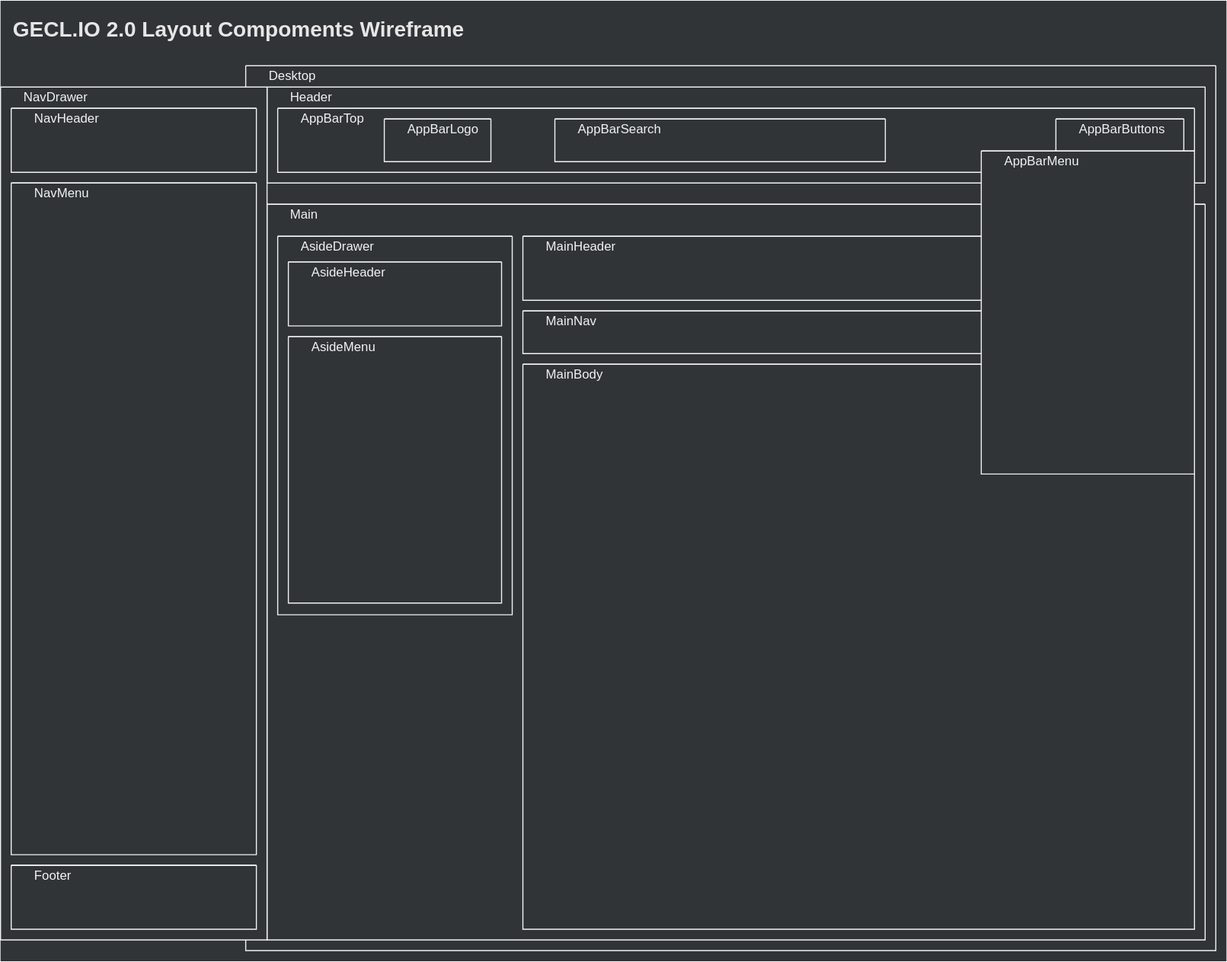
The draw.io diagram assets/.draw.io/documents/geclio2-wireframe-layout.svg in jiholee-ntwglobal/jiholee-ntwglobal.github.io, before a commit. Source tidied: cells renumbered, new cells last; positions are measured from the earlier drawing's top-left corner, leaving out a move shared by most shapes.
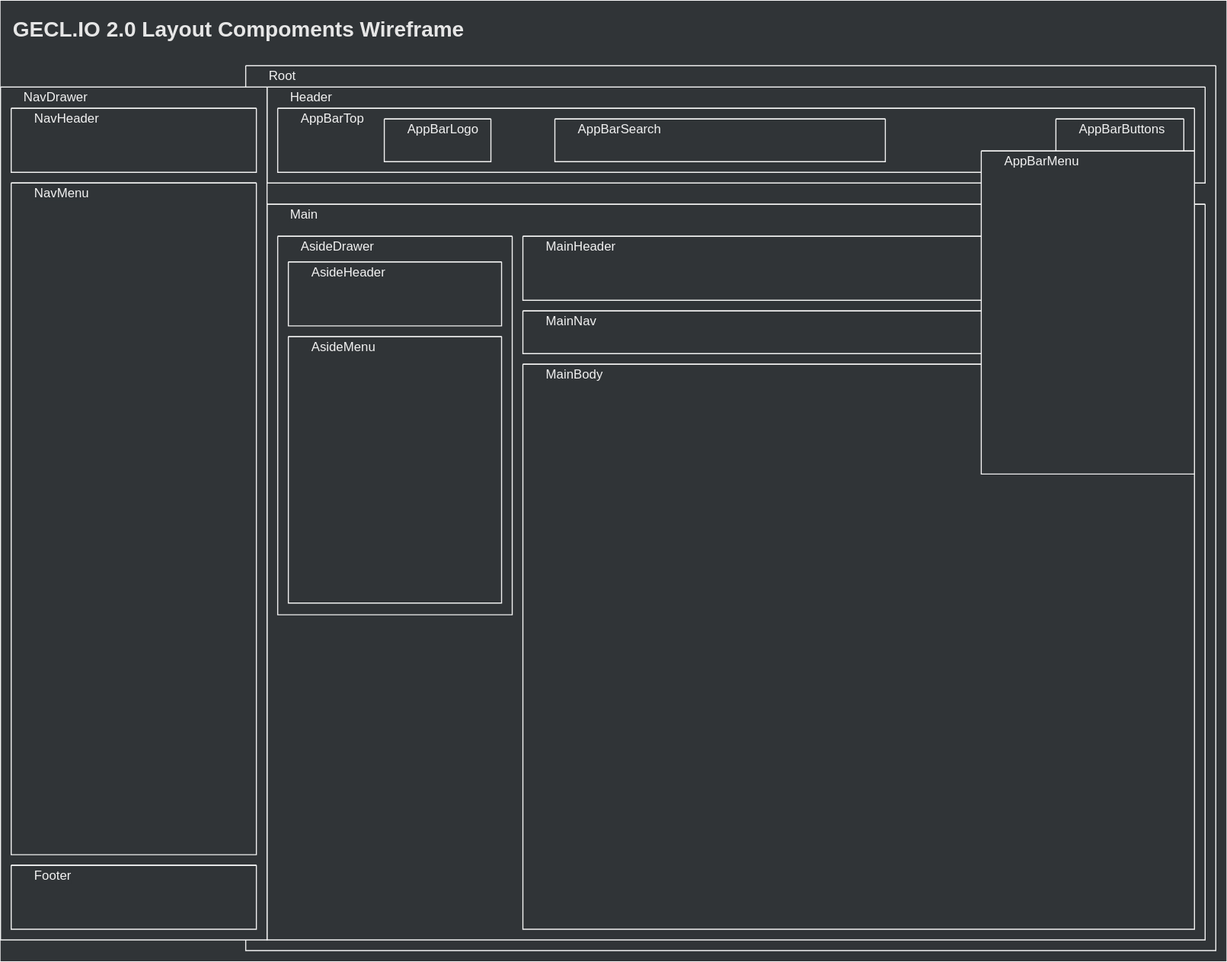
Later version of the same file.

Diff of the diagram source:
```diff
@@ -12,7 +12,7 @@
     <mxCell id="5" style="swimlane;startSize=0;fillColor=none;strokeColor=#F2F2F2;fontColor=#F2F2F2;" parent="3" vertex="1">
       <mxGeometry x="230" y="61" width="910" height="830" as="geometry" />
     </mxCell>
-    <mxCell id="6" value="&lt;span style=&quot;background-color: rgb(48 , 52 , 55)&quot;&gt;&lt;font color=&quot;#f2f2f2&quot;&gt;Desktop&lt;/font&gt;&lt;/span&gt;" style="text;html=1;strokeColor=none;fillColor=none;align=left;verticalAlign=middle;whiteSpace=wrap;rounded=0;spacingLeft=20;" parent="5" vertex="1">
+    <mxCell id="6" value="&lt;span style=&quot;background-color: rgb(48 , 52 , 55)&quot;&gt;&lt;font color=&quot;#f2f2f2&quot;&gt;Root&lt;/font&gt;&lt;/span&gt;" style="text;html=1;strokeColor=none;fillColor=none;align=left;verticalAlign=middle;whiteSpace=wrap;rounded=0;spacingLeft=20;" parent="5" vertex="1">
       <mxGeometry width="100" height="20" as="geometry" />
     </mxCell>
     <mxCell id="7" style="swimlane;startSize=0;fillColor=none;strokeColor=#F2F2F2;fontColor=#F2F2F2;" parent="5" vertex="1">
```
